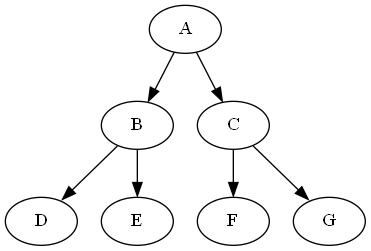
This is arbol.png from retbleed/ADR, a Graphviz export, as it was before one commit. Its source is kept beside it as arbol.dot. The source it was exported from:
```dot
digraph tree {
    "A";
    "B";
    "D";
    "E";
    "C";
    "F";
    "G";
    "A" -> "B";
    "A" -> "C";
    "B" -> "D";
    "B" -> "E";
    "C" -> "F";
    "C" -> "G";
}
```
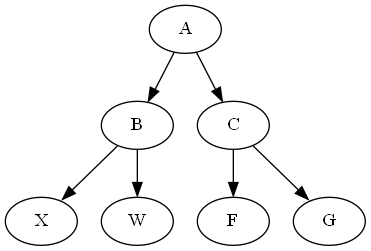
Above is the later version.

Change to the diagram source:
```diff
@@ -1,15 +1,15 @@
 digraph tree {
     "A";
     "B";
-    "D";
-    "E";
+    "X";
+    "W";
     "C";
     "F";
     "G";
     "A" -> "B";
     "A" -> "C";
-    "B" -> "D";
-    "B" -> "E";
+    "B" -> "X";
+    "B" -> "W";
     "C" -> "F";
     "C" -> "G";
 }
```
